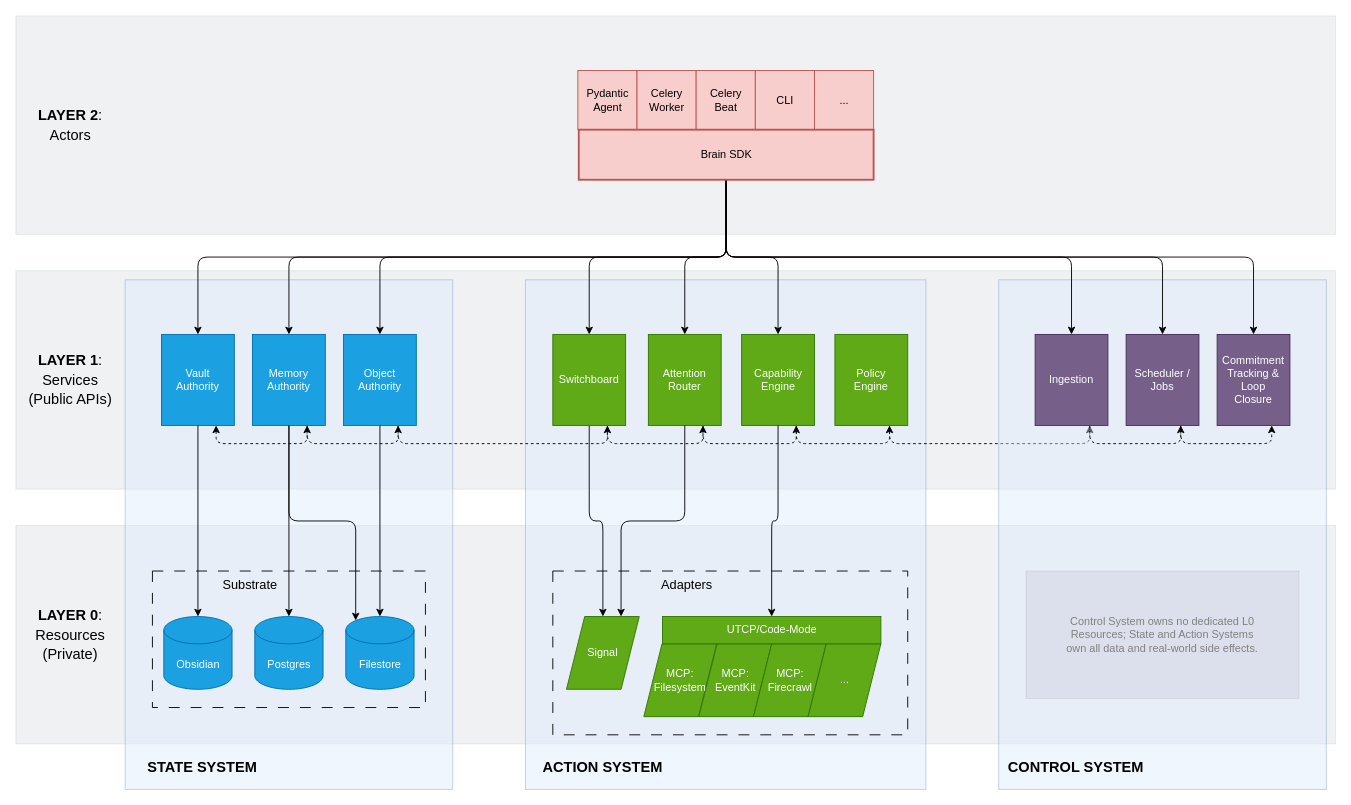
Earlier version of the draw.io diagram page "responsibilities-and-boundaries" (4 of 4) of img/diagrams.drawio (cmtonkinson/brain). Source tidied: cells renumbered, new cells numbered last; positions are measured from the earlier drawing's top-left corner, leaving out a move shared by most shapes. Both pictures are drawn from the tidied source at 91%, with x=0, y=0 at pixel (15, 15).
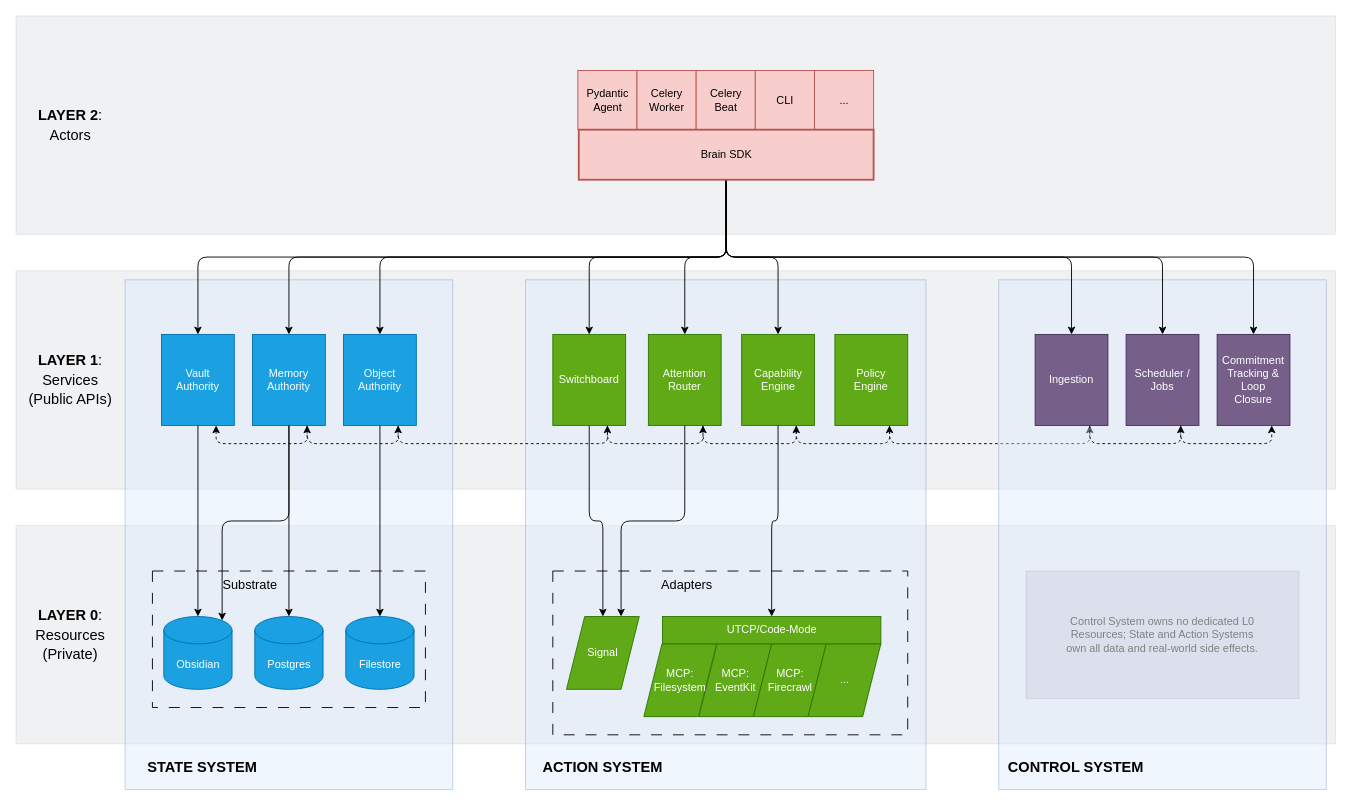
The same diagram, later.

The change refers to these unchanged cells:
```xml
<mxCell id="12" value="Memory&lt;div&gt;Authority&lt;/div&gt;" style="rounded=0;whiteSpace=wrap;html=1;fillColor=#1ba1e2;strokeColor=#006EAF;fontColor=#ffffff;" parent="1" vertex="1">
  <mxGeometry x="260" y="350" width="80" height="100" as="geometry" />
</mxCell>
<mxCell id="47" value="Obsidian" style="shape=cylinder3;whiteSpace=wrap;html=1;boundedLbl=1;backgroundOutline=1;size=15;fillColor=#1ba1e2;strokeColor=#006EAF;fontColor=#ffffff;" parent="1" vertex="1">
  <mxGeometry x="162.5" y="660" width="75" height="80" as="geometry" />
</mxCell>
<mxCell id="49" value="Filestore" style="shape=cylinder3;whiteSpace=wrap;html=1;boundedLbl=1;backgroundOutline=1;size=15;fillColor=#1ba1e2;strokeColor=#006EAF;fontColor=#ffffff;" parent="1" vertex="1">
  <mxGeometry x="362.5" y="660" width="75" height="80" as="geometry" />
</mxCell>
```

Diff of the diagram source:
```diff
@@
-    <mxCell id="16" style="edgeStyle=orthogonalEdgeStyle;rounded=1;jettySize=auto;html=1;curved=0;exitX=0.5;exitY=1;exitDx=0;exitDy=0;entryX=0.145;entryY=0;entryDx=0;entryDy=4.35;entryPerimeter=0;" parent="1" edge="1" source="12" target="49">
+    <mxCell id="16" style="edgeStyle=orthogonalEdgeStyle;rounded=1;jettySize=auto;html=1;curved=0;exitX=0.5;exitY=1;exitDx=0;exitDy=0;entryX=0.855;entryY=0;entryDx=0;entryDy=4.35;entryPerimeter=0;" parent="1" edge="1" source="12" target="47">
       <mxGeometry relative="1" as="geometry" />
     </mxCell>
```
